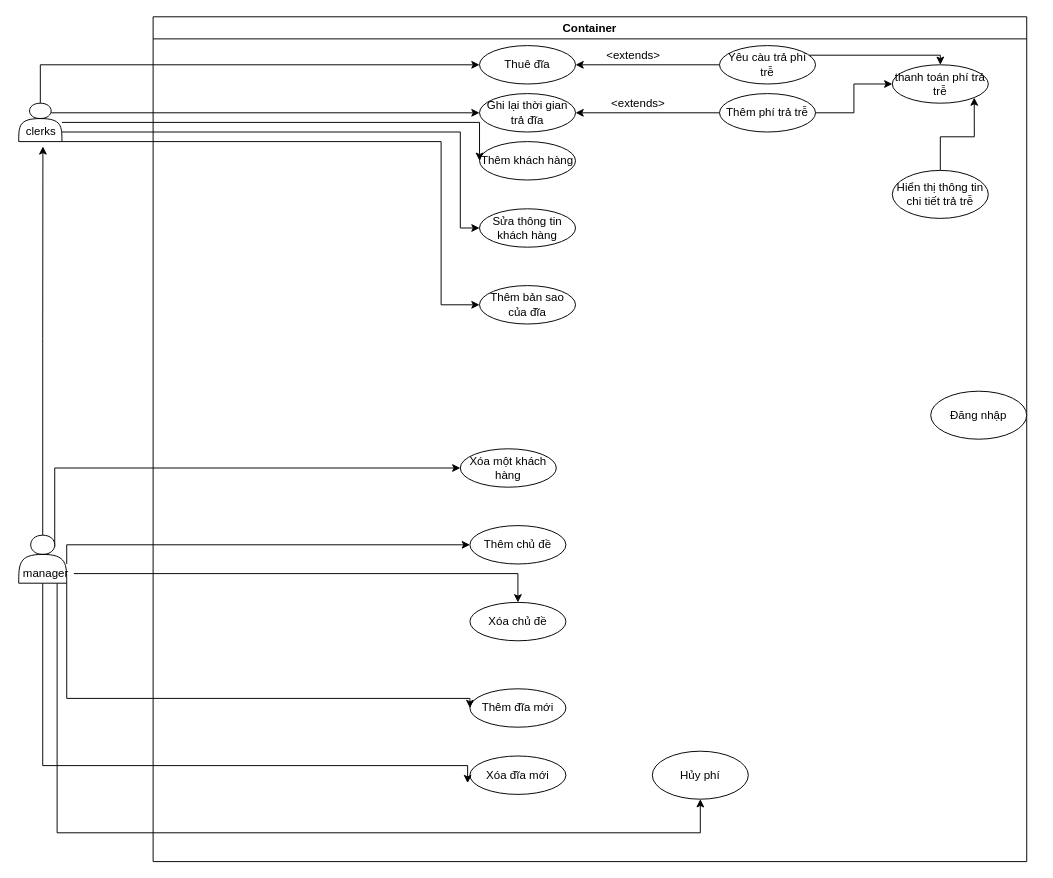
Above: xayDungPhanMem.drawio in quannguyen1999/manage-disks (draw.io), before the change. Source tidied: cells renumbered, new cells numbered last; positions are measured from the earlier drawing's top-left corner, leaving out a move shared by most shapes. Both pictures are drawn from the tidied source at 96%, with x=0, y=0 at pixel (16, 16).
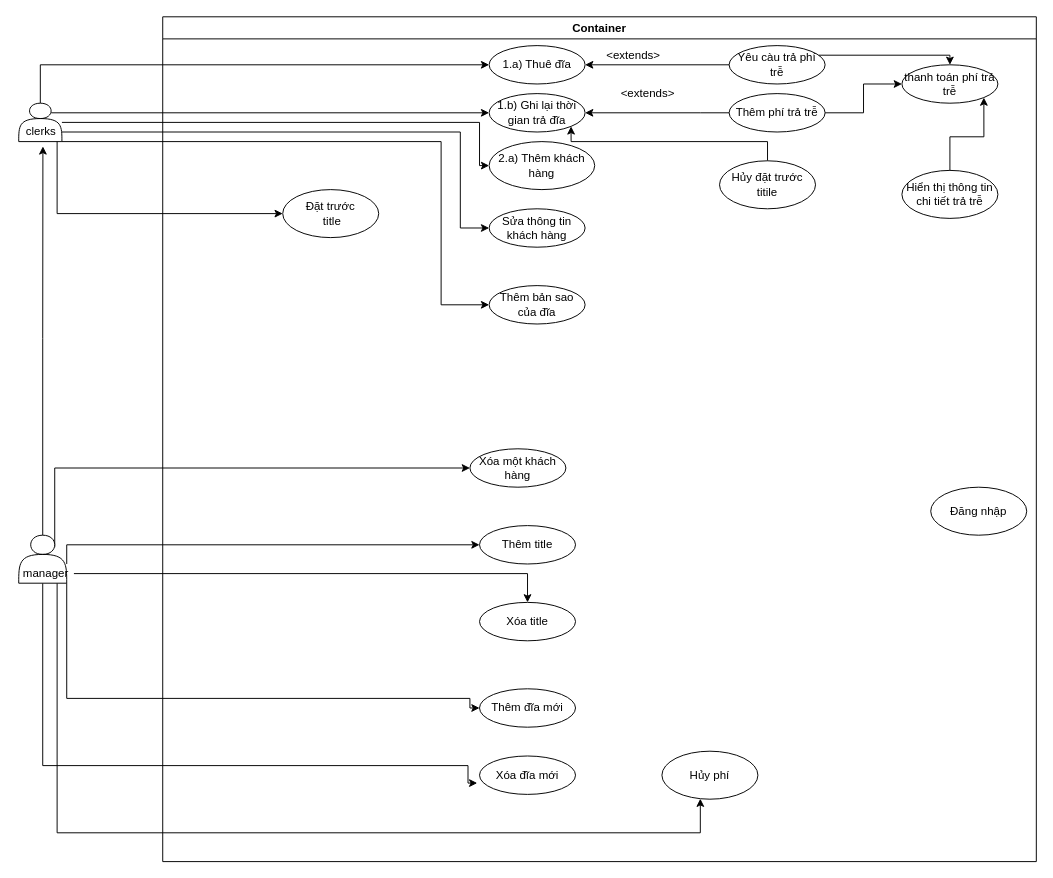
After the change.

Unchanged cells that the change refers to:
```xml
<mxCell id="16" value="Thêm phí trả trễ" style="ellipse;whiteSpace=wrap;html=1;align=center;newEdgeStyle={&quot;edgeStyle&quot;:&quot;entityRelationEdgeStyle&quot;,&quot;startArrow&quot;:&quot;none&quot;,&quot;endArrow&quot;:&quot;none&quot;,&quot;segment&quot;:10,&quot;curved&quot;:1};" parent="2" vertex="1">
  <mxGeometry x="590" y="80" width="100" height="40" as="geometry" />
</mxCell>
<mxCell id="40" value="clerks&lt;br&gt;" style="text;html=1;align=center;verticalAlign=middle;points=[];" parent="1" vertex="1">
  <mxGeometry x="-0.5" y="110" width="50" height="20" as="geometry" />
</mxCell>
```

The edit, as a diff of the source:
```diff
@@
     <mxCell id="2" value="Container" style="swimlane;" parent="1" vertex="1">
-      <mxGeometry x="142" width="910" height="880" as="geometry" />
+      <mxGeometry x="152" width="910" height="880" as="geometry" />
     </mxCell>
-    <mxCell id="3" value="Ghi lại thời gian trả đĩa" style="ellipse;whiteSpace=wrap;html=1;align=center;newEdgeStyle={&quot;edgeStyle&quot;:&quot;entityRelationEdgeStyle&quot;,&quot;startArrow&quot;:&quot;none&quot;,&quot;endArrow&quot;:&quot;none&quot;,&quot;segment&quot;:10,&quot;curved&quot;:1};" parent="2" vertex="1">
+    <mxCell id="3" value="1.b) Ghi lại thời gian trả đĩa" style="ellipse;whiteSpace=wrap;html=1;align=center;newEdgeStyle={&quot;edgeStyle&quot;:&quot;entityRelationEdgeStyle&quot;,&quot;startArrow&quot;:&quot;none&quot;,&quot;endArrow&quot;:&quot;none&quot;,&quot;segment&quot;:10,&quot;curved&quot;:1};" parent="2" vertex="1">
       <mxGeometry x="340" y="80" width="100" height="40" as="geometry" />
     </mxCell>
-    <mxCell id="4" value="Thuê đĩa" style="ellipse;whiteSpace=wrap;html=1;align=center;newEdgeStyle={&quot;edgeStyle&quot;:&quot;entityRelationEdgeStyle&quot;,&quot;startArrow&quot;:&quot;none&quot;,&quot;endArrow&quot;:&quot;none&quot;,&quot;segment&quot;:10,&quot;curved&quot;:1};" parent="2" vertex="1">
+    <mxCell id="4" value="1.a) Thuê đĩa" style="ellipse;whiteSpace=wrap;html=1;align=center;newEdgeStyle={&quot;edgeStyle&quot;:&quot;entityRelationEdgeStyle&quot;,&quot;startArrow&quot;:&quot;none&quot;,&quot;endArrow&quot;:&quot;none&quot;,&quot;segment&quot;:10,&quot;curved&quot;:1};" parent="2" vertex="1">
       <mxGeometry x="340" y="30" width="100" height="40" as="geometry" />
     </mxCell>
-    <mxCell id="5" value="Thêm khách hàng" style="ellipse;whiteSpace=wrap;html=1;align=center;newEdgeStyle={&quot;edgeStyle&quot;:&quot;entityRelationEdgeStyle&quot;,&quot;startArrow&quot;:&quot;none&quot;,&quot;endArrow&quot;:&quot;none&quot;,&quot;segment&quot;:10,&quot;curved&quot;:1};" parent="2" vertex="1">
-      <mxGeometry x="340" y="130" width="100" height="40" as="geometry" />
+    <mxCell id="5" value="2.a) Thêm khách hàng" style="ellipse;whiteSpace=wrap;html=1;align=center;newEdgeStyle={&quot;edgeStyle&quot;:&quot;entityRelationEdgeStyle&quot;,&quot;startArrow&quot;:&quot;none&quot;,&quot;endArrow&quot;:&quot;none&quot;,&quot;segment&quot;:10,&quot;curved&quot;:1};" parent="2" vertex="1">
+      <mxGeometry x="340" y="130" width="110" height="50" as="geometry" />
     </mxCell>
@@
-    <mxCell id="8" value="Thêm chủ đề" style="ellipse;whiteSpace=wrap;html=1;align=center;newEdgeStyle={&quot;edgeStyle&quot;:&quot;entityRelationEdgeStyle&quot;,&quot;startArrow&quot;:&quot;none&quot;,&quot;endArrow&quot;:&quot;none&quot;,&quot;segment&quot;:10,&quot;curved&quot;:1};" parent="2" vertex="1">
+    <mxCell id="8" value="Thêm title" style="ellipse;whiteSpace=wrap;html=1;align=center;newEdgeStyle={&quot;edgeStyle&quot;:&quot;entityRelationEdgeStyle&quot;,&quot;startArrow&quot;:&quot;none&quot;,&quot;endArrow&quot;:&quot;none&quot;,&quot;segment&quot;:10,&quot;curved&quot;:1};" parent="2" vertex="1">
       <mxGeometry x="330" y="530" width="100" height="40" as="geometry" />
     </mxCell>
-    <mxCell id="9" value="Xóa chủ đề" style="ellipse;whiteSpace=wrap;html=1;align=center;newEdgeStyle={&quot;edgeStyle&quot;:&quot;entityRelationEdgeStyle&quot;,&quot;startArrow&quot;:&quot;none&quot;,&quot;endArrow&quot;:&quot;none&quot;,&quot;segment&quot;:10,&quot;curved&quot;:1};" parent="2" vertex="1">
+    <mxCell id="9" value="Xóa title" style="ellipse;whiteSpace=wrap;html=1;align=center;newEdgeStyle={&quot;edgeStyle&quot;:&quot;entityRelationEdgeStyle&quot;,&quot;startArrow&quot;:&quot;none&quot;,&quot;endArrow&quot;:&quot;none&quot;,&quot;segment&quot;:10,&quot;curved&quot;:1};" parent="2" vertex="1">
       <mxGeometry x="330" y="610" width="100" height="40" as="geometry" />
     </mxCell>
     <mxCell id="10" value="Đăng nhập" style="ellipse;whiteSpace=wrap;html=1;align=center;newEdgeStyle={&quot;edgeStyle&quot;:&quot;entityRelationEdgeStyle&quot;,&quot;startArrow&quot;:&quot;none&quot;,&quot;endArrow&quot;:&quot;none&quot;,&quot;segment&quot;:10,&quot;curved&quot;:1};" parent="2" vertex="1">
-      <mxGeometry x="810" y="390" width="100" height="50" as="geometry" />
+      <mxGeometry x="800" y="490" width="100" height="50" as="geometry" />
     </mxCell>
@@
     <mxCell id="15" style="edgeStyle=orthogonalEdgeStyle;rounded=0;jettySize=auto;html=1;entryX=1;entryY=0.5;entryDx=0;entryDy=0;" parent="2" edge="1" source="16" target="3">
-      <mxGeometry relative="1" as="geometry" />
+      <mxGeometry relative="1" as="geometry">
+        <Array as="points">
+          <mxPoint x="560" y="100" />
+          <mxPoint x="560" y="100" />
+        </Array>
+      </mxGeometry>
     </mxCell>
@@
     <mxCell id="20" value="&amp;lt;extends&amp;gt;" style="text;html=1;align=center;verticalAlign=middle;" parent="2" vertex="1">
-      <mxGeometry x="470" y="80" width="70" height="20" as="geometry" />
+      <mxGeometry x="470" y="70" width="70" height="20" as="geometry" />
     </mxCell>
@@
+    <mxCell id="42" value="Đặt trước&lt;br&gt;&amp;nbsp;title" style="ellipse;whiteSpace=wrap;html=1;align=center;newEdgeStyle={&quot;edgeStyle&quot;:&quot;entityRelationEdgeStyle&quot;,&quot;startArrow&quot;:&quot;none&quot;,&quot;endArrow&quot;:&quot;none&quot;,&quot;segment&quot;:10,&quot;curved&quot;:1};" parent="2" vertex="1">
+      <mxGeometry x="125" y="180" width="100" height="50" as="geometry" />
+    </mxCell>
+    <mxCell id="43" style="edgeStyle=orthogonalEdgeStyle;rounded=0;jettySize=auto;html=1;entryX=1;entryY=1;entryDx=0;entryDy=0;" parent="2" edge="1" source="44" target="3">
+      <mxGeometry relative="1" as="geometry">
+        <Array as="points">
+          <mxPoint x="630" y="130" />
+          <mxPoint x="425" y="130" />
+        </Array>
+      </mxGeometry>
+    </mxCell>
+    <mxCell id="44" value="Hủy đặt trước titile" style="ellipse;whiteSpace=wrap;html=1;align=center;newEdgeStyle={&quot;edgeStyle&quot;:&quot;entityRelationEdgeStyle&quot;,&quot;startArrow&quot;:&quot;none&quot;,&quot;endArrow&quot;:&quot;none&quot;,&quot;segment&quot;:10,&quot;curved&quot;:1};" parent="2" vertex="1">
+      <mxGeometry x="580" y="150" width="100" height="50" as="geometry" />
+    </mxCell>
@@
+    <mxCell id="45" style="edgeStyle=orthogonalEdgeStyle;rounded=0;jettySize=auto;html=1;entryX=0;entryY=0.5;entryDx=0;entryDy=0;" parent="1" edge="1" source="40" target="42">
+      <mxGeometry relative="1" as="geometry">
+        <Array as="points">
+          <mxPoint x="42" y="205" />
+        </Array>
+      </mxGeometry>
+    </mxCell>
```
